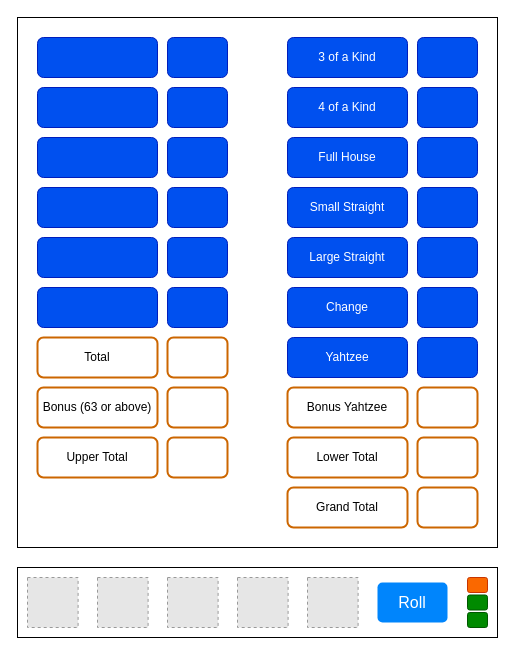
This is yahtzee.drawio from tandisunarto/Diagrams, a draw.io file, before an edit. Source tidied: cells renumbered, new cells numbered last; positions are measured from the earlier drawing's top-left corner, leaving out a move shared by most shapes. Both pictures are drawn from the tidied source at 100%, with x=0, y=0 at pixel (17, 17). Pictures stored in the file or linked from it are replaced by grey dashed boxes.
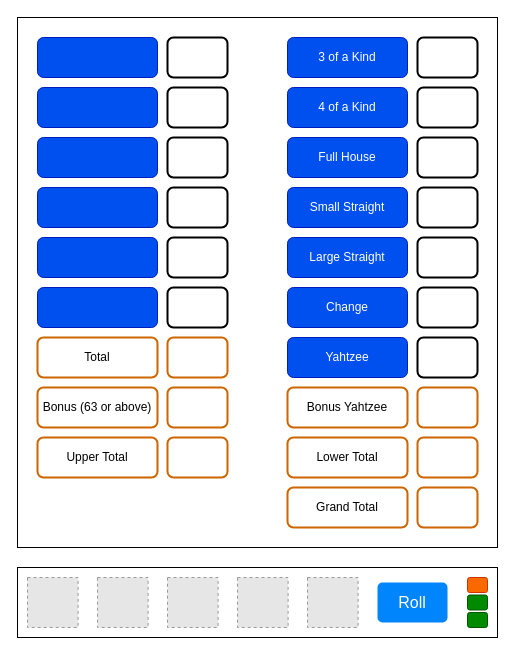
Above is the later version.

Change to the diagram source:
```diff
@@
-    <mxCell id="21" style="rounded=1;whiteSpace=wrap;html=1;fillColor=#0050ef;fontColor=#ffffff;strokeColor=#001DBC;" parent="1" vertex="1">
+    <mxCell id="21" style="rounded=1;whiteSpace=wrap;html=1;strokeWidth=2;" parent="1" vertex="1">
       <mxGeometry x="150" y="20" width="60" height="40" as="geometry" />
     </mxCell>
-    <mxCell id="22" style="rounded=1;whiteSpace=wrap;html=1;fillColor=#0050ef;fontColor=#ffffff;strokeColor=#001DBC;" parent="1" vertex="1">
+    <mxCell id="22" style="rounded=1;whiteSpace=wrap;html=1;strokeWidth=2;" parent="1" vertex="1">
       <mxGeometry x="150" y="70" width="60" height="40" as="geometry" />
     </mxCell>
-    <mxCell id="23" style="rounded=1;whiteSpace=wrap;html=1;fillColor=#0050ef;fontColor=#ffffff;strokeColor=#001DBC;" parent="1" vertex="1">
+    <mxCell id="23" style="rounded=1;whiteSpace=wrap;html=1;strokeWidth=2;" parent="1" vertex="1">
       <mxGeometry x="150" y="120" width="60" height="40" as="geometry" />
     </mxCell>
-    <mxCell id="24" style="rounded=1;whiteSpace=wrap;html=1;fillColor=#0050ef;fontColor=#ffffff;strokeColor=#001DBC;" parent="1" vertex="1">
+    <mxCell id="24" style="rounded=1;whiteSpace=wrap;html=1;strokeWidth=2;" parent="1" vertex="1">
       <mxGeometry x="150" y="170" width="60" height="40" as="geometry" />
     </mxCell>
-    <mxCell id="25" style="rounded=1;whiteSpace=wrap;html=1;fillColor=#0050ef;fontColor=#ffffff;strokeColor=#001DBC;" parent="1" vertex="1">
+    <mxCell id="25" style="rounded=1;whiteSpace=wrap;html=1;strokeWidth=2;" parent="1" vertex="1">
       <mxGeometry x="150" y="220" width="60" height="40" as="geometry" />
     </mxCell>
-    <mxCell id="26" style="rounded=1;whiteSpace=wrap;html=1;fillColor=#0050ef;fontColor=#ffffff;strokeColor=#001DBC;" parent="1" vertex="1">
+    <mxCell id="26" style="rounded=1;whiteSpace=wrap;html=1;strokeWidth=2;" parent="1" vertex="1">
       <mxGeometry x="150" y="270" width="60" height="40" as="geometry" />
     </mxCell>
@@
-    <mxCell id="32" style="rounded=1;whiteSpace=wrap;html=1;fillColor=#0050ef;fontColor=#ffffff;strokeColor=#001DBC;" parent="1" vertex="1">
+    <mxCell id="32" style="rounded=1;whiteSpace=wrap;html=1;strokeWidth=2;" parent="1" vertex="1">
       <mxGeometry x="400" y="20" width="60" height="40" as="geometry" />
     </mxCell>
-    <mxCell id="33" style="rounded=1;whiteSpace=wrap;html=1;fillColor=#0050ef;fontColor=#ffffff;strokeColor=#001DBC;" parent="1" vertex="1">
+    <mxCell id="33" style="rounded=1;whiteSpace=wrap;html=1;strokeWidth=2;" parent="1" vertex="1">
       <mxGeometry x="400" y="70" width="60" height="40" as="geometry" />
     </mxCell>
-    <mxCell id="34" style="rounded=1;whiteSpace=wrap;html=1;fillColor=#0050ef;fontColor=#ffffff;strokeColor=#001DBC;" parent="1" vertex="1">
+    <mxCell id="34" style="rounded=1;whiteSpace=wrap;html=1;strokeWidth=2;" parent="1" vertex="1">
       <mxGeometry x="400" y="120" width="60" height="40" as="geometry" />
     </mxCell>
-    <mxCell id="35" style="rounded=1;whiteSpace=wrap;html=1;fillColor=#0050ef;fontColor=#ffffff;strokeColor=#001DBC;" parent="1" vertex="1">
+    <mxCell id="35" style="rounded=1;whiteSpace=wrap;html=1;strokeWidth=2;" parent="1" vertex="1">
       <mxGeometry x="400" y="170" width="60" height="40" as="geometry" />
     </mxCell>
-    <mxCell id="36" style="rounded=1;whiteSpace=wrap;html=1;fillColor=#0050ef;fontColor=#ffffff;strokeColor=#001DBC;" parent="1" vertex="1">
+    <mxCell id="36" style="rounded=1;whiteSpace=wrap;html=1;strokeWidth=2;" parent="1" vertex="1">
       <mxGeometry x="400" y="220" width="60" height="40" as="geometry" />
     </mxCell>
-    <mxCell id="37" style="rounded=1;whiteSpace=wrap;html=1;fillColor=#0050ef;fontColor=#ffffff;strokeColor=#001DBC;" parent="1" vertex="1">
+    <mxCell id="37" style="rounded=1;whiteSpace=wrap;html=1;strokeWidth=2;" parent="1" vertex="1">
       <mxGeometry x="400" y="270" width="60" height="40" as="geometry" />
     </mxCell>
-    <mxCell id="38" style="rounded=1;whiteSpace=wrap;html=1;fillColor=#0050ef;fontColor=#ffffff;strokeColor=#001DBC;" parent="1" vertex="1">
+    <mxCell id="38" style="rounded=1;whiteSpace=wrap;html=1;strokeWidth=2;" parent="1" vertex="1">
       <mxGeometry x="400" y="320" width="60" height="40" as="geometry" />
     </mxCell>
```
